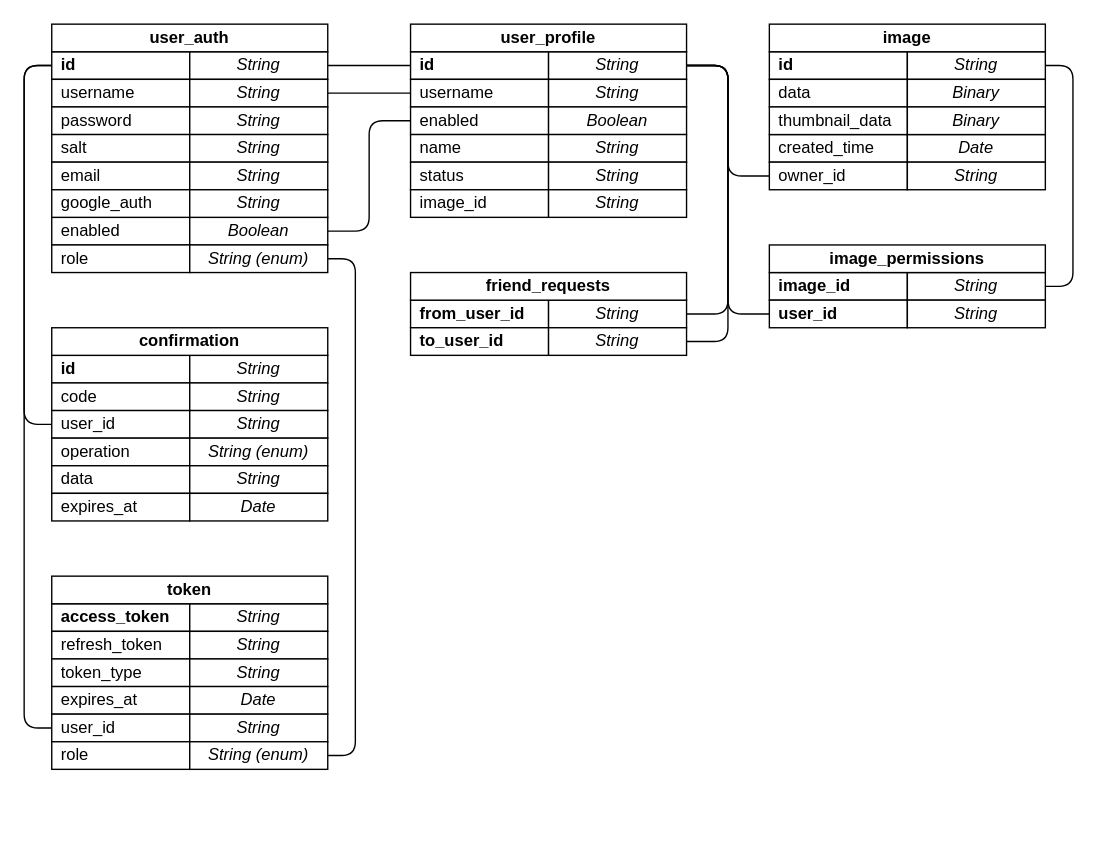
The draw.io diagram doc/db_schema.drawio in drsanches/photobooth, before the edit. Source tidied: cells renumbered, new cells numbered last; positions are measured from the earlier drawing's top-left corner, leaving out a move shared by most shapes. Both pictures are drawn from the tidied source at 138%, with x=0, y=0 at pixel (23, 23).
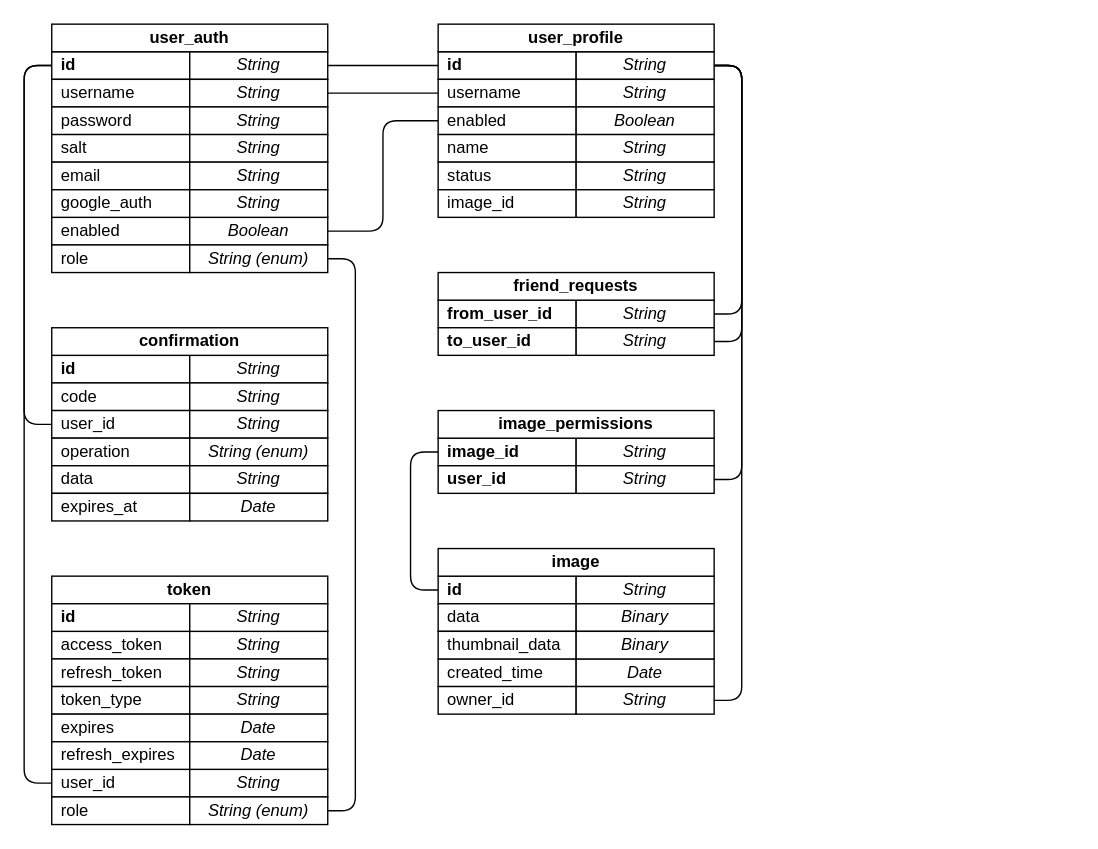
The same diagram, later.

The change refers to these unchanged cells:
```xml
<mxCell id="3" value="&lt;b&gt;id&lt;/b&gt;" style="rounded=0;whiteSpace=wrap;html=1;align=left;spacingLeft=5;" parent="1" vertex="1">
  <mxGeometry x="20" y="20" width="100" height="20" as="geometry" />
</mxCell>
```

The edit, as a diff of the source:
```diff
@@
     <mxCell id="2" style="edgeStyle=orthogonalEdgeStyle;rounded=1;jettySize=auto;html=1;exitX=0;exitY=0.5;exitDx=0;exitDy=0;entryX=0;entryY=0.5;entryDx=0;entryDy=0;endArrow=none;endFill=0;" parent="1" edge="1" source="3" target="65">
-      <mxGeometry relative="1" as="geometry" />
+      <mxGeometry relative="1" as="geometry">
+        <Array as="points">
+          <mxPoint y="30" />
+          <mxPoint y="550" />
+        </Array>
+      </mxGeometry>
     </mxCell>
@@
     <mxCell id="19" style="edgeStyle=orthogonalEdgeStyle;rounded=1;jettySize=auto;html=1;exitX=1;exitY=0.5;exitDx=0;exitDy=0;entryX=1;entryY=0.5;entryDx=0;entryDy=0;endArrow=none;endFill=0;" parent="1" edge="1" target="68">
       <mxGeometry relative="1" as="geometry">
         <mxPoint x="220" y="170" as="sourcePoint" />
         <Array as="points">
           <mxPoint x="240" y="170" />
-          <mxPoint x="240" y="530" />
+          <mxPoint x="240" y="570" />
         </Array>
       </mxGeometry>
     </mxCell>
     <mxCell id="20" value="&lt;b&gt;id&lt;/b&gt;" style="rounded=0;whiteSpace=wrap;html=1;align=left;spacingLeft=5;" parent="1" vertex="1">
-      <mxGeometry x="280" y="20" width="100" height="20" as="geometry" />
+      <mxGeometry x="300" y="20" width="100" height="20" as="geometry" />
     </mxCell>
-    <mxCell id="21" style="edgeStyle=orthogonalEdgeStyle;rounded=1;jettySize=auto;html=1;exitX=1;exitY=0.5;exitDx=0;exitDy=0;entryX=0;entryY=0.5;entryDx=0;entryDy=0;endArrow=none;endFill=0;" parent="1" edge="1" source="24" target="55">
+    <mxCell id="21" style="edgeStyle=orthogonalEdgeStyle;rounded=1;orthogonalLoop=1;jettySize=auto;html=1;exitX=1;exitY=0.5;exitDx=0;exitDy=0;entryX=1;entryY=0.5;entryDx=0;entryDy=0;endArrow=none;endFill=0;" parent="1" edge="1">
       <mxGeometry relative="1" as="geometry">
+        <mxPoint x="490" y="30" as="sourcePoint" />
+        <mxPoint x="490" y="330" as="targetPoint" />
         <Array as="points">
-          <mxPoint x="510" y="30" />
-          <mxPoint x="510" y="210" />
+          <mxPoint x="520" y="30" />
+          <mxPoint x="520" y="330" />
         </Array>
       </mxGeometry>
     </mxCell>
-    <mxCell id="22" style="edgeStyle=orthogonalEdgeStyle;rounded=1;jettySize=auto;html=1;exitX=1;exitY=0.5;exitDx=0;exitDy=0;entryX=1;entryY=0.5;entryDx=0;entryDy=0;endArrow=none;endFill=0;" parent="1" edge="1" source="24" target="38">
+    <mxCell id="22" style="edgeStyle=orthogonalEdgeStyle;rounded=1;orthogonalLoop=1;jettySize=auto;html=1;exitX=1;exitY=0.5;exitDx=0;exitDy=0;entryX=1;entryY=0.5;entryDx=0;entryDy=0;endArrow=none;endFill=0;" parent="1" edge="1">
       <mxGeometry relative="1" as="geometry">
+        <mxPoint x="490" y="30" as="sourcePoint" />
+        <mxPoint x="490" y="210" as="targetPoint" />
         <Array as="points">
-          <mxPoint x="510" y="30" />
-          <mxPoint x="510" y="210" />
+          <mxPoint x="520" y="30" />
+          <mxPoint x="520" y="210" />
         </Array>
       </mxGeometry>
     </mxCell>
     <mxCell id="23" style="edgeStyle=orthogonalEdgeStyle;rounded=1;jettySize=auto;html=1;exitX=1;exitY=0.5;exitDx=0;exitDy=0;entryX=1;entryY=0.5;entryDx=0;entryDy=0;endArrow=none;endFill=0;" parent="1" edge="1" source="24" target="41">
       <mxGeometry relative="1" as="geometry">
         <Array as="points">
-          <mxPoint x="510" y="30" />
-          <mxPoint x="510" y="230" />
+          <mxPoint x="520" y="30" />
+          <mxPoint x="520" y="230" />
         </Array>
       </mxGeometry>
     </mxCell>
     <mxCell id="24" value="String" style="rounded=0;whiteSpace=wrap;html=1;spacingLeft=0;fontStyle=2;" parent="1" vertex="1">
-      <mxGeometry x="380" y="20" width="100" height="20" as="geometry" />
+      <mxGeometry x="400" y="20" width="100" height="20" as="geometry" />
     </mxCell>
     <mxCell id="25" value="username" style="rounded=0;whiteSpace=wrap;html=1;align=left;spacingLeft=5;" parent="1" vertex="1">
-      <mxGeometry x="280" y="40" width="100" height="20" as="geometry" />
+      <mxGeometry x="300" y="40" width="100" height="20" as="geometry" />
     </mxCell>
     <mxCell id="26" value="String" style="rounded=0;whiteSpace=wrap;html=1;spacingLeft=0;fontStyle=2;" parent="1" vertex="1">
-      <mxGeometry x="380" y="40" width="100" height="20" as="geometry" />
+      <mxGeometry x="400" y="40" width="100" height="20" as="geometry" />
     </mxCell>
     <mxCell id="27" value="enabled&lt;span style=&quot;white-space: pre;&quot;&gt;&#9;&lt;/span&gt;&lt;span style=&quot;white-space: pre;&quot;&gt;&#9;&lt;/span&gt;" style="rounded=0;whiteSpace=wrap;html=1;align=left;spacingLeft=5;" parent="1" vertex="1">
-      <mxGeometry x="280" y="60" width="100" height="20" as="geometry" />
+      <mxGeometry x="300" y="60" width="100" height="20" as="geometry" />
     </mxCell>
     <mxCell id="28" value="Boolean" style="rounded=0;whiteSpace=wrap;html=1;spacingLeft=0;fontStyle=2;" parent="1" vertex="1">
-      <mxGeometry x="380" y="60" width="100" height="20" as="geometry" />
+      <mxGeometry x="400" y="60" width="100" height="20" as="geometry" />
     </mxCell>
     <mxCell id="29" value="name" style="rounded=0;whiteSpace=wrap;html=1;align=left;spacingLeft=5;" parent="1" vertex="1">
-      <mxGeometry x="280" y="80" width="100" height="20" as="geometry" />
+      <mxGeometry x="300" y="80" width="100" height="20" as="geometry" />
     </mxCell>
     <mxCell id="30" value="String" style="rounded=0;whiteSpace=wrap;html=1;spacingLeft=0;fontStyle=2;" parent="1" vertex="1">
-      <mxGeometry x="380" y="80" width="100" height="20" as="geometry" />
+      <mxGeometry x="400" y="80" width="100" height="20" as="geometry" />
     </mxCell>
     <mxCell id="31" value="status" style="rounded=0;whiteSpace=wrap;html=1;align=left;spacingLeft=5;" parent="1" vertex="1">
-      <mxGeometry x="280" y="100" width="100" height="20" as="geometry" />
+      <mxGeometry x="300" y="100" width="100" height="20" as="geometry" />
     </mxCell>
     <mxCell id="32" value="String" style="rounded=0;whiteSpace=wrap;html=1;spacingLeft=0;fontStyle=2;" parent="1" vertex="1">
-      <mxGeometry x="380" y="100" width="100" height="20" as="geometry" />
+      <mxGeometry x="400" y="100" width="100" height="20" as="geometry" />
     </mxCell>
     <mxCell id="33" value="image_id" style="rounded=0;whiteSpace=wrap;html=1;align=left;spacingLeft=5;" parent="1" vertex="1">
-      <mxGeometry x="280" y="120" width="100" height="20" as="geometry" />
+      <mxGeometry x="300" y="120" width="100" height="20" as="geometry" />
     </mxCell>
     <mxCell id="34" value="String" style="rounded=0;whiteSpace=wrap;html=1;spacingLeft=0;fontStyle=2;" parent="1" vertex="1">
-      <mxGeometry x="380" y="120" width="100" height="20" as="geometry" />
+      <mxGeometry x="400" y="120" width="100" height="20" as="geometry" />
     </mxCell>
@@
     <mxCell id="36" value="user_profile" style="rounded=0;whiteSpace=wrap;html=1;fontStyle=1;" parent="1" vertex="1">
-      <mxGeometry x="280" width="200" height="20" as="geometry" />
+      <mxGeometry x="300" width="200" height="20" as="geometry" />
     </mxCell>
     <mxCell id="37" value="&lt;b&gt;from_user_id&lt;/b&gt;" style="rounded=0;whiteSpace=wrap;html=1;align=left;spacingLeft=5;" parent="1" vertex="1">
-      <mxGeometry x="280" y="200" width="100" height="20" as="geometry" />
+      <mxGeometry x="300" y="200" width="100" height="20" as="geometry" />
     </mxCell>
     <mxCell id="38" value="String" style="rounded=0;whiteSpace=wrap;html=1;spacingLeft=0;fontStyle=2;" parent="1" vertex="1">
-      <mxGeometry x="380" y="200" width="100" height="20" as="geometry" />
+      <mxGeometry x="400" y="200" width="100" height="20" as="geometry" />
     </mxCell>
     <mxCell id="39" value="friend_requests" style="rounded=0;whiteSpace=wrap;html=1;fontStyle=1;" parent="1" vertex="1">
-      <mxGeometry x="280" y="180" width="200" height="20" as="geometry" />
+      <mxGeometry x="300" y="180" width="200" height="20" as="geometry" />
     </mxCell>
     <mxCell id="40" value="&lt;b&gt;to_user_id&lt;/b&gt;" style="rounded=0;whiteSpace=wrap;html=1;align=left;spacingLeft=5;" parent="1" vertex="1">
-      <mxGeometry x="280" y="220" width="100" height="20" as="geometry" />
+      <mxGeometry x="300" y="220" width="100" height="20" as="geometry" />
     </mxCell>
     <mxCell id="41" value="String" style="rounded=0;whiteSpace=wrap;html=1;spacingLeft=0;fontStyle=2;" parent="1" vertex="1">
-      <mxGeometry x="380" y="220" width="100" height="20" as="geometry" />
+      <mxGeometry x="400" y="220" width="100" height="20" as="geometry" />
     </mxCell>
-    <mxCell id="42" style="edgeStyle=orthogonalEdgeStyle;rounded=1;jettySize=auto;html=1;exitX=1;exitY=0.5;exitDx=0;exitDy=0;entryX=1;entryY=0.5;entryDx=0;entryDy=0;endArrow=none;endFill=0;" parent="1" edge="1" source="44" target="53">
+    <mxCell id="42" style="edgeStyle=orthogonalEdgeStyle;rounded=1;jettySize=auto;html=1;exitX=0;exitY=0.5;exitDx=0;exitDy=0;entryX=0;entryY=0.5;entryDx=0;entryDy=0;endArrow=none;endFill=0;" parent="1" edge="1" source="43" target="52">
       <mxGeometry relative="1" as="geometry">
         <Array as="points">
-          <mxPoint x="760" y="30" />
-          <mxPoint x="760" y="190" />
+          <mxPoint x="280" y="410" />
+          <mxPoint x="280" y="310" />
         </Array>
       </mxGeometry>
     </mxCell>
     <mxCell id="43" value="&lt;b&gt;id&lt;/b&gt;" style="rounded=0;whiteSpace=wrap;html=1;align=left;spacingLeft=5;" parent="1" vertex="1">
-      <mxGeometry x="540" y="20" width="100" height="20" as="geometry" />
+      <mxGeometry x="300" y="400" width="100" height="20" as="geometry" />
     </mxCell>
     <mxCell id="44" value="String" style="rounded=0;whiteSpace=wrap;html=1;spacingLeft=0;fontStyle=2;" parent="1" vertex="1">
-      <mxGeometry x="640" y="20" width="100" height="20" as="geometry" />
+      <mxGeometry x="400" y="400" width="100" height="20" as="geometry" />
     </mxCell>
     <mxCell id="45" value="data" style="rounded=0;whiteSpace=wrap;html=1;align=left;spacingLeft=5;" parent="1" vertex="1">
-      <mxGeometry x="540" y="40" width="100" height="20" as="geometry" />
+      <mxGeometry x="300" y="420" width="100" height="20" as="geometry" />
     </mxCell>
     <mxCell id="46" value="Binary" style="rounded=0;whiteSpace=wrap;html=1;spacingLeft=0;fontStyle=2;" parent="1" vertex="1">
-      <mxGeometry x="640" y="40" width="100" height="20" as="geometry" />
+      <mxGeometry x="400" y="420" width="100" height="20" as="geometry" />
     </mxCell>
     <mxCell id="47" value="created_time" style="rounded=0;whiteSpace=wrap;html=1;align=left;spacingLeft=5;" parent="1" vertex="1">
-      <mxGeometry x="540" y="80" width="100" height="20" as="geometry" />
+      <mxGeometry x="300" y="460" width="100" height="20" as="geometry" />
     </mxCell>
     <mxCell id="48" value="Date" style="rounded=0;whiteSpace=wrap;html=1;spacingLeft=0;fontStyle=2;" parent="1" vertex="1">
-      <mxGeometry x="640" y="80" width="100" height="20" as="geometry" />
+      <mxGeometry x="400" y="460" width="100" height="20" as="geometry" />
     </mxCell>
     <mxCell id="49" value="owner_id" style="rounded=0;whiteSpace=wrap;html=1;align=left;spacingLeft=5;" parent="1" vertex="1">
-      <mxGeometry x="540" y="100" width="100" height="20" as="geometry" />
+      <mxGeometry x="300" y="480" width="100" height="20" as="geometry" />
     </mxCell>
     <mxCell id="50" value="String" style="rounded=0;whiteSpace=wrap;html=1;spacingLeft=0;fontStyle=2;" parent="1" vertex="1">
-      <mxGeometry x="640" y="100" width="100" height="20" as="geometry" />
+      <mxGeometry x="400" y="480" width="100" height="20" as="geometry" />
     </mxCell>
     <mxCell id="51" value="image" style="rounded=0;whiteSpace=wrap;html=1;fontStyle=1;" parent="1" vertex="1">
-      <mxGeometry x="540" width="200" height="20" as="geometry" />
+      <mxGeometry x="300" y="380" width="200" height="20" as="geometry" />
     </mxCell>
     <mxCell id="52" value="&lt;b&gt;image_id&lt;/b&gt;" style="rounded=0;whiteSpace=wrap;html=1;align=left;spacingLeft=5;" parent="1" vertex="1">
-      <mxGeometry x="540" y="180" width="100" height="20" as="geometry" />
+      <mxGeometry x="300" y="300" width="100" height="20" as="geometry" />
     </mxCell>
     <mxCell id="53" value="String" style="rounded=0;whiteSpace=wrap;html=1;spacingLeft=0;fontStyle=2;" parent="1" vertex="1">
-      <mxGeometry x="640" y="180" width="100" height="20" as="geometry" />
+      <mxGeometry x="400" y="300" width="100" height="20" as="geometry" />
     </mxCell>
     <mxCell id="54" value="image_permissions" style="rounded=0;whiteSpace=wrap;html=1;fontStyle=1;" parent="1" vertex="1">
-      <mxGeometry x="540" y="160" width="200" height="20" as="geometry" />
+      <mxGeometry x="300" y="280" width="200" height="20" as="geometry" />
     </mxCell>
     <mxCell id="55" value="&lt;b&gt;user_id&lt;/b&gt;" style="rounded=0;whiteSpace=wrap;html=1;align=left;spacingLeft=5;" parent="1" vertex="1">
-      <mxGeometry x="540" y="200" width="100" height="20" as="geometry" />
+      <mxGeometry x="300" y="320" width="100" height="20" as="geometry" />
     </mxCell>
     <mxCell id="56" value="String" style="rounded=0;whiteSpace=wrap;html=1;spacingLeft=0;fontStyle=2;" parent="1" vertex="1">
-      <mxGeometry x="640" y="200" width="100" height="20" as="geometry" />
+      <mxGeometry x="400" y="320" width="100" height="20" as="geometry" />
     </mxCell>
-    <mxCell id="57" value="&lt;b&gt;access_token&lt;/b&gt;" style="rounded=0;whiteSpace=wrap;html=1;align=left;spacingLeft=5;" parent="1" vertex="1">
-      <mxGeometry x="20" y="420" width="100" height="20" as="geometry" />
+    <mxCell id="57" value="access_token" style="rounded=0;whiteSpace=wrap;html=1;align=left;spacingLeft=5;" parent="1" vertex="1">
+      <mxGeometry x="20" y="440" width="100" height="20" as="geometry" />
     </mxCell>
     <mxCell id="58" value="String" style="rounded=0;whiteSpace=wrap;html=1;spacingLeft=0;fontStyle=2;" parent="1" vertex="1">
-      <mxGeometry x="120" y="420" width="100" height="20" as="geometry" />
+      <mxGeometry x="120" y="440" width="100" height="20" as="geometry" />
     </mxCell>
     <mxCell id="59" value="refresh_token" style="rounded=0;whiteSpace=wrap;html=1;align=left;spacingLeft=5;" parent="1" vertex="1">
-      <mxGeometry x="20" y="440" width="100" height="20" as="geometry" />
+      <mxGeometry x="20" y="460" width="100" height="20" as="geometry" />
     </mxCell>
     <mxCell id="60" value="String" style="rounded=0;whiteSpace=wrap;html=1;spacingLeft=0;fontStyle=2;" parent="1" vertex="1">
-      <mxGeometry x="120" y="440" width="100" height="20" as="geometry" />
+      <mxGeometry x="120" y="460" width="100" height="20" as="geometry" />
     </mxCell>
     <mxCell id="61" value="token_type" style="rounded=0;whiteSpace=wrap;html=1;align=left;spacingLeft=5;" parent="1" vertex="1">
-      <mxGeometry x="20" y="460" width="100" height="20" as="geometry" />
+      <mxGeometry x="20" y="480" width="100" height="20" as="geometry" />
     </mxCell>
     <mxCell id="62" value="String" style="rounded=0;whiteSpace=wrap;html=1;spacingLeft=0;fontStyle=2;" parent="1" vertex="1">
-      <mxGeometry x="120" y="460" width="100" height="20" as="geometry" />
+      <mxGeometry x="120" y="480" width="100" height="20" as="geometry" />
     </mxCell>
-    <mxCell id="63" value="expires_at" style="rounded=0;whiteSpace=wrap;html=1;align=left;spacingLeft=5;" parent="1" vertex="1">
-      <mxGeometry x="20" y="480" width="100" height="20" as="geometry" />
+    <mxCell id="63" value="expires" style="rounded=0;whiteSpace=wrap;html=1;align=left;spacingLeft=5;" parent="1" vertex="1">
+      <mxGeometry x="20" y="500" width="100" height="20" as="geometry" />
     </mxCell>
     <mxCell id="64" value="Date" style="rounded=0;whiteSpace=wrap;html=1;spacingLeft=0;fontStyle=2;" parent="1" vertex="1">
-      <mxGeometry x="120" y="480" width="100" height="20" as="geometry" />
+      <mxGeometry x="120" y="500" width="100" height="20" as="geometry" />
     </mxCell>
     <mxCell id="65" value="user_id" style="rounded=0;whiteSpace=wrap;html=1;align=left;spacingLeft=5;" parent="1" vertex="1">
-      <mxGeometry x="20" y="500" width="100" height="20" as="geometry" />
+      <mxGeometry x="20" y="540" width="100" height="20" as="geometry" />
     </mxCell>
     <mxCell id="66" value="String" style="rounded=0;whiteSpace=wrap;html=1;spacingLeft=0;fontStyle=2;" parent="1" vertex="1">
-      <mxGeometry x="120" y="500" width="100" height="20" as="geometry" />
+      <mxGeometry x="120" y="540" width="100" height="20" as="geometry" />
     </mxCell>
     <mxCell id="67" value="role" style="rounded=0;whiteSpace=wrap;html=1;align=left;spacingLeft=5;" parent="1" vertex="1">
-      <mxGeometry x="20" y="520" width="100" height="20" as="geometry" />
+      <mxGeometry x="20" y="560" width="100" height="20" as="geometry" />
     </mxCell>
     <mxCell id="68" value="String (enum)" style="rounded=0;whiteSpace=wrap;html=1;spacingLeft=0;fontStyle=2;" parent="1" vertex="1">
-      <mxGeometry x="120" y="520" width="100" height="20" as="geometry" />
+      <mxGeometry x="120" y="560" width="100" height="20" as="geometry" />
     </mxCell>
@@
-    <mxCell id="72" style="edgeStyle=orthogonalEdgeStyle;rounded=1;jettySize=auto;html=1;exitX=1;exitY=0.5;exitDx=0;exitDy=0;entryX=0;entryY=0.5;entryDx=0;entryDy=0;endArrow=none;endFill=0;" parent="1" edge="1" source="24" target="49">
+    <mxCell id="72" style="edgeStyle=orthogonalEdgeStyle;rounded=1;jettySize=auto;html=1;exitX=1;exitY=0.5;exitDx=0;exitDy=0;endArrow=none;endFill=0;entryX=1;entryY=0.5;entryDx=0;entryDy=0;" parent="1" edge="1" source="24" target="50">
       <mxGeometry relative="1" as="geometry">
         <Array as="points">
-          <mxPoint x="510" y="30" />
-          <mxPoint x="510" y="110" />
+          <mxPoint x="520" y="30" />
+          <mxPoint x="520" y="490" />
         </Array>
       </mxGeometry>
     </mxCell>
     <mxCell id="73" value="thumbnail_data" style="rounded=0;whiteSpace=wrap;html=1;align=left;spacingLeft=5;" parent="1" vertex="1">
-      <mxGeometry x="540" y="60" width="100" height="20" as="geometry" />
+      <mxGeometry x="300" y="440" width="100" height="20" as="geometry" />
     </mxCell>
     <mxCell id="74" value="Binary" style="rounded=0;whiteSpace=wrap;html=1;spacingLeft=0;fontStyle=2;" parent="1" vertex="1">
-      <mxGeometry x="640" y="60" width="100" height="20" as="geometry" />
+      <mxGeometry x="400" y="440" width="100" height="20" as="geometry" />
     </mxCell>
@@
+    <mxCell id="90" value="&lt;b&gt;id&lt;/b&gt;" style="rounded=0;whiteSpace=wrap;html=1;align=left;spacingLeft=5;" parent="1" vertex="1">
+      <mxGeometry x="20" y="420" width="100" height="20" as="geometry" />
+    </mxCell>
+    <mxCell id="91" value="String" style="rounded=0;whiteSpace=wrap;html=1;spacingLeft=0;fontStyle=2;" parent="1" vertex="1">
+      <mxGeometry x="120" y="420" width="100" height="20" as="geometry" />
+    </mxCell>
+    <mxCell id="92" value="refresh_expires" style="rounded=0;whiteSpace=wrap;html=1;align=left;spacingLeft=5;" parent="1" vertex="1">
+      <mxGeometry x="20" y="520" width="100" height="20" as="geometry" />
+    </mxCell>
+    <mxCell id="93" value="Date" style="rounded=0;whiteSpace=wrap;html=1;spacingLeft=0;fontStyle=2;" parent="1" vertex="1">
+      <mxGeometry x="120" y="520" width="100" height="20" as="geometry" />
+    </mxCell>
```
